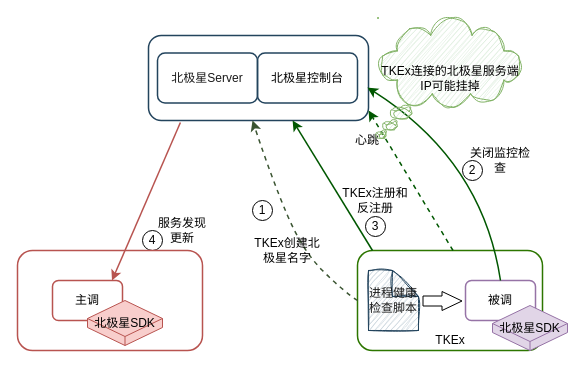
Above: base/会议北极星注册流程.drawio in melonshell/draw.io (draw.io), before the change. Source tidied: cells renumbered, new cells numbered last; positions are measured from the earlier drawing's top-left corner, leaving out a move shared by most shapes. Both pictures are drawn from the tidied source at 100%, with x=0, y=0 at pixel (17, 18).
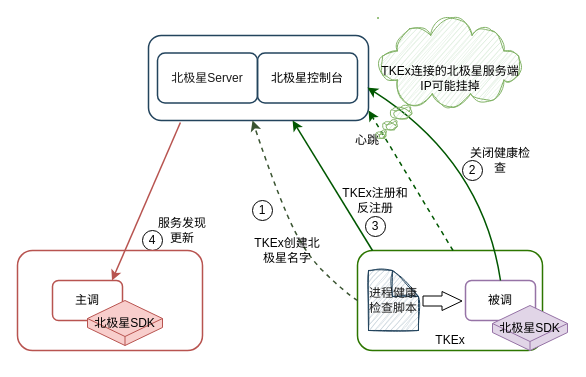
The same page after the edit.

Commit message:
更新会议北极星注册流程.drawio

Change to the diagram source:
```diff
@@
-    <mxCell id="9" value="关闭监控检查" style="rounded=1;whiteSpace=wrap;html=1;fillColor=none;strokeWidth=1.5;strokeColor=none;" parent="1" vertex="1">
+    <mxCell id="9" value="关闭健康检查" style="rounded=1;whiteSpace=wrap;html=1;fillColor=none;strokeWidth=1.5;strokeColor=none;" parent="1" vertex="1">
       <mxGeometry x="448" y="122" width="70" height="40" as="geometry" />
     </mxCell>
```
